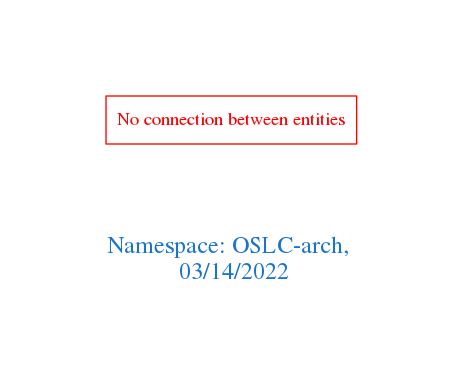
Above: downloads/OSLC-arch.png in arago/OGIT (Graphviz), before the change. Its source is kept beside it as downloads/OSLC-arch.dot.
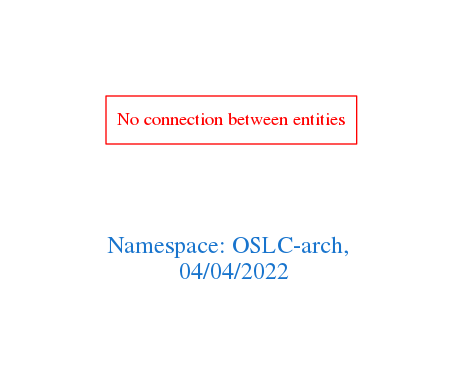
After the change.

Change to the diagram source:
```diff
@@ -1,7 +1,7 @@
 digraph OGIT_ontology {
  graph [ rankdir= LR,pad=1
 fontsize = 18,
-fontcolor= dodgerblue3,label = "\n\n\nNamespace: OSLC-arch, \n 03/14/2022"];
+fontcolor= dodgerblue3,label = "\n\n\nNamespace: OSLC-arch, \n 04/04/2022"];
 node[shape=polygon];
 edge [  color="gray81"];
 
```
